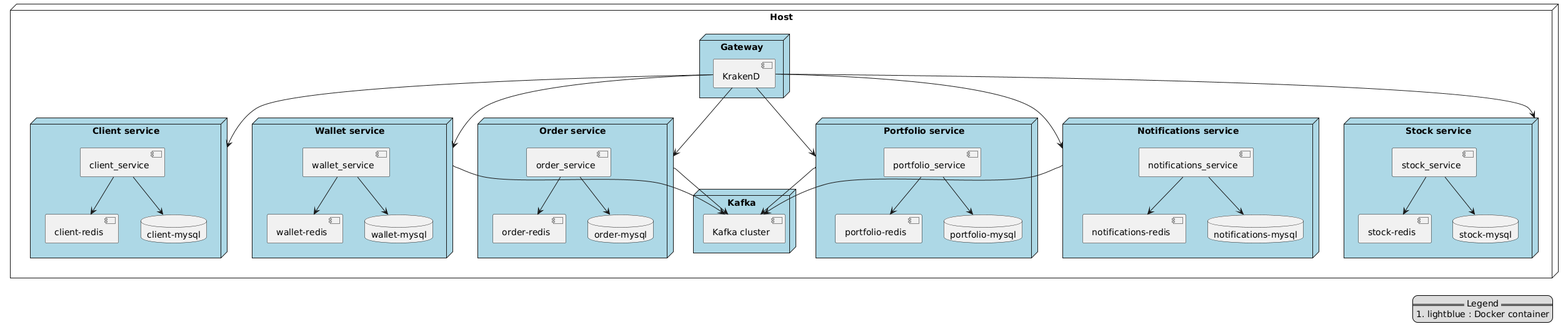
Before: documentation/phase3/images/deployment.png, a diagram exported from PlantUML (William-Lavoie/BrokerX).
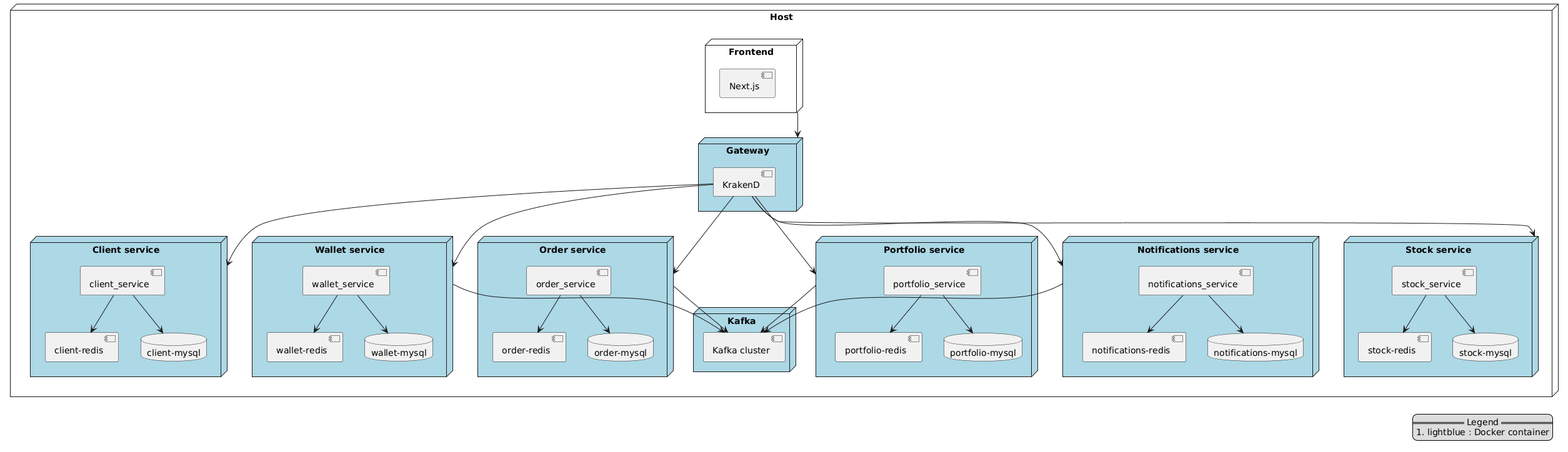
Above is the later version.

The edit, as a diff of the source:
```diff
@@ -1,5 +1,10 @@
 @startuml
 node "Host" {
+
+  node "Frontend" {
+     component "Next.js"
+  }
+
   node "Gateway" #lightblue {
     component "KrakenD"
   }
@@ -48,6 +53,7 @@
 
 }
 
+Frontend --> Gateway
 KrakenD --> "Client service"
 KrakenD --> "Wallet service"
 KrakenD --> "Order service"
```
